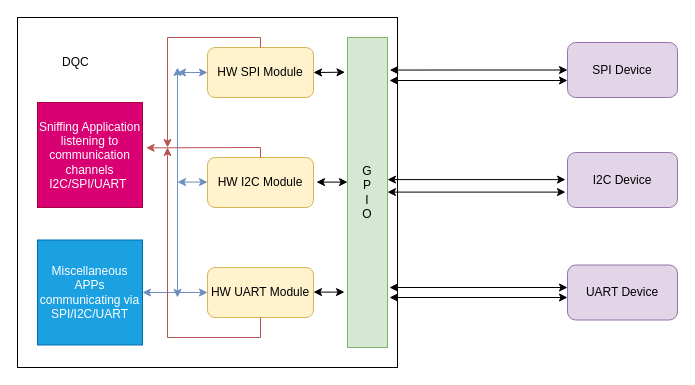
Above: lupa_sniffing_tool.drawio in nishitp007/temp (draw.io), before the change. Source tidied: cells renumbered, new cells numbered last; positions are measured from the earlier drawing's top-left corner, leaving out a move shared by most shapes. Both pictures are drawn from the tidied source at 100%, with x=0, y=0 at pixel (17, 17).
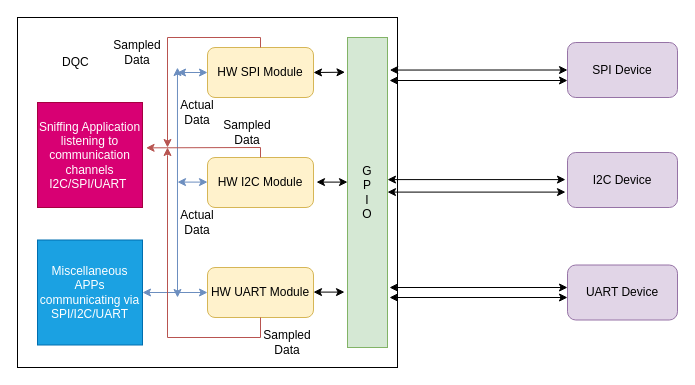
After the change.

Diff of the diagram source:
```diff
@@
+    <mxCell id="29" value="Sampled Data" style="text;html=1;align=center;verticalAlign=middle;whiteSpace=wrap;rounded=0;" parent="1" vertex="1">
+      <mxGeometry x="240" y="310" width="60" height="30" as="geometry" />
+    </mxCell>
+    <mxCell id="30" value="Sampled Data" style="text;html=1;align=center;verticalAlign=middle;whiteSpace=wrap;rounded=0;" parent="1" vertex="1">
+      <mxGeometry x="90" y="20" width="60" height="30" as="geometry" />
+    </mxCell>
+    <mxCell id="31" value="Sampled Data" style="text;html=1;align=center;verticalAlign=middle;whiteSpace=wrap;rounded=0;" parent="1" vertex="1">
+      <mxGeometry x="200" y="100" width="60" height="30" as="geometry" />
+    </mxCell>
+    <mxCell id="32" value="Actual Data" style="text;html=1;align=center;verticalAlign=middle;whiteSpace=wrap;rounded=0;" parent="1" vertex="1">
+      <mxGeometry x="150" y="80" width="60" height="30" as="geometry" />
+    </mxCell>
+    <mxCell id="33" value="Actual Data" style="text;html=1;align=center;verticalAlign=middle;whiteSpace=wrap;rounded=0;" parent="1" vertex="1">
+      <mxGeometry x="150" y="190" width="60" height="30" as="geometry" />
+    </mxCell>
```
